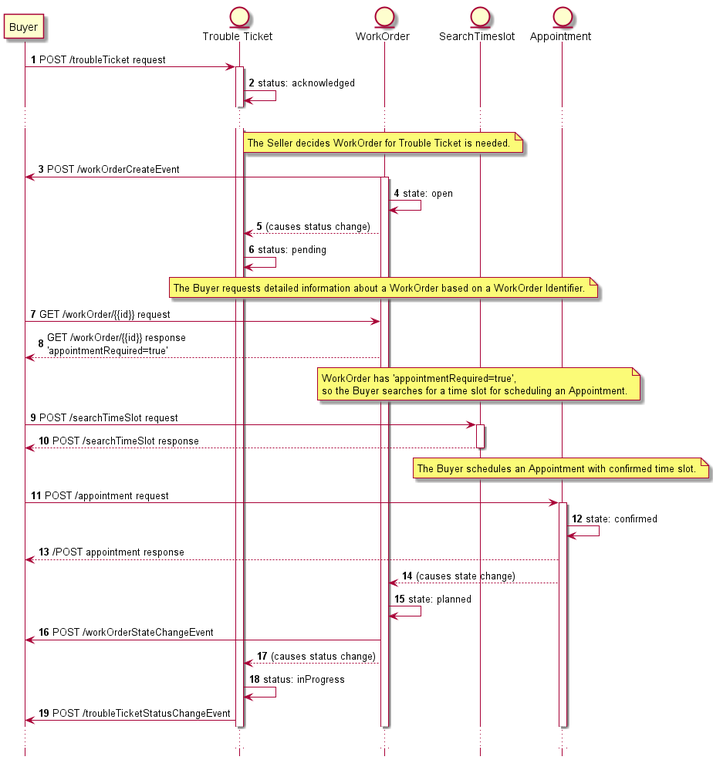
MEF-GIT/MEF-LSO-Sonata-SDK keeps this PlantUML diagram as documentation/productApi/workforce/media/useCaseWorkOrder.png. Above is the earlier version. Source of this version:
```plantuml
@startuml

hide footbox

participant Buyer
entity "Trouble Ticket" as TT
entity "WorkOrder" as WORK
entity "SearchTimeslot " as SAT
entity "Appointment" as APO

autonumber

Buyer -> TT : POST /troubleTicket request
activate TT
TT -> TT: status: acknowledged

...

note over WORK: The Seller decides WorkOrder for Trouble Ticket is needed.
WORK -> Buyer: POST /workOrderCreateEvent
activate WORK
WORK -> WORK: state: open
WORK --> TT: (causes status change)
TT -> TT: status: pending

note over WORK: The Buyer requests detailed information about a WorkOrder based on a WorkOrder Identifier.
Buyer -> WORK : GET /workOrder/{{id}} request
WORK --> Buyer: GET /workOrder/{{id}} response \n'appointmentRequired=true'

note over SAT: WorkOrder has 'appointmentRequired=true', \nso the Buyer searches for a time slot for scheduling an Appointment.
Buyer -> SAT : POST /searchTimeSlot request
activate SAT
SAT --> Buyer: POST /searchTimeSlot response
deactivate SAT

note over APO: The Buyer schedules an Appointment with confirmed time slot.
Buyer -> APO : POST /appointment request
activate APO
APO -> APO: state: confirmed
APO --> Buyer: /POST appointment response
APO --> WORK: (causes state change)
WORK -> WORK: state: planned
WORK -> Buyer: POST /workOrderStateChangeEvent

WORK --> TT: (causes status change)
TT -> TT: status: inProgress
TT -> Buyer: POST /troubleTicketStatusChangeEvent
...
@enduml
```
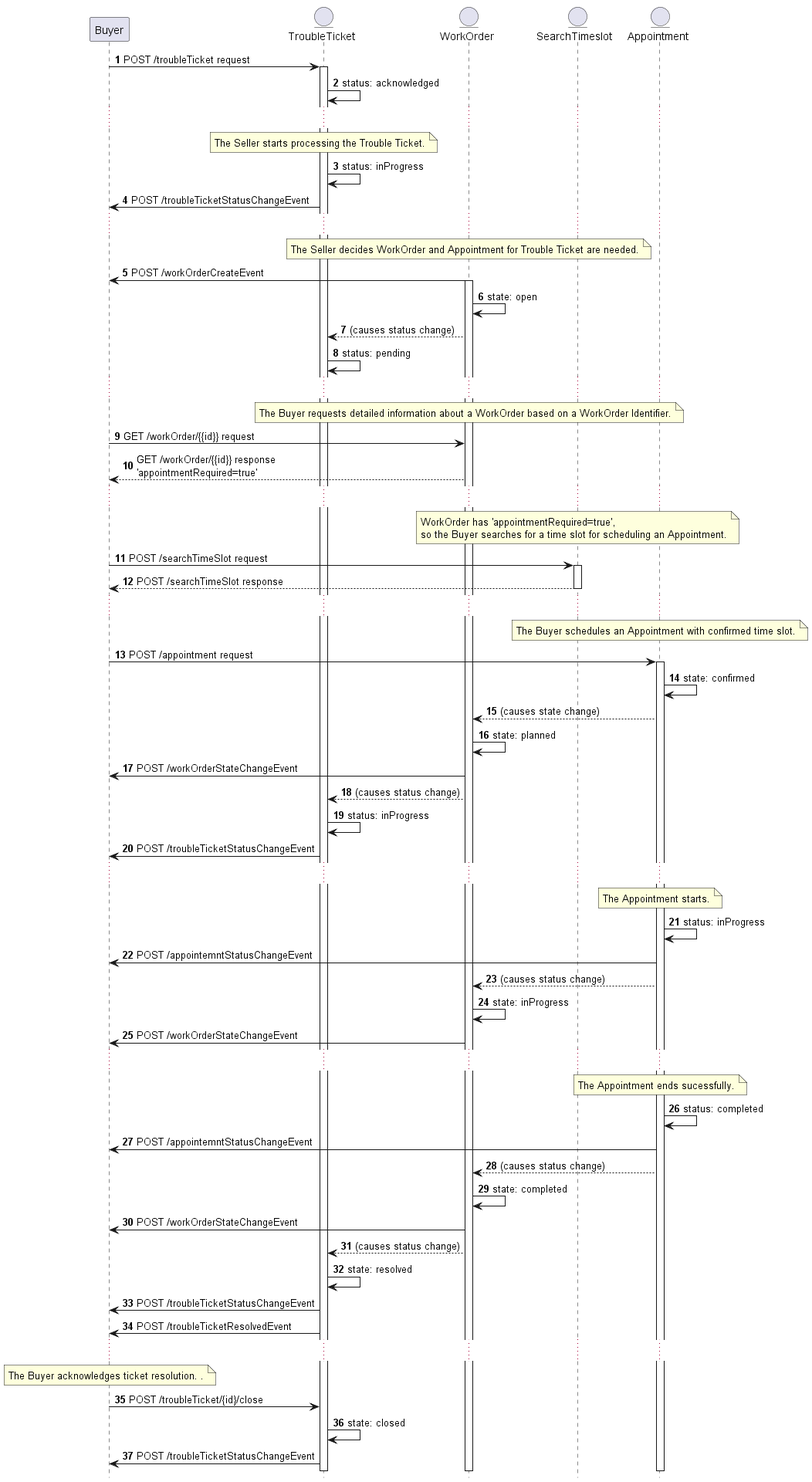
The same diagram one commit later.

Change to the diagram source:
```diff
@@ -3,7 +3,7 @@
 hide footbox
 
 participant Buyer
-entity "Trouble Ticket" as TT
+entity "TroubleTicket" as TT
 entity "WorkOrder" as WORK
 entity "SearchTimeslot " as SAT
 entity "Appointment" as APO
@@ -13,31 +13,33 @@
 Buyer -> TT : POST /troubleTicket request
 activate TT
 TT -> TT: status: acknowledged
-
+...
+note over TT: The Seller starts processing the Trouble Ticket.
+TT -> TT: status: inProgress
+TT -> Buyer: POST /troubleTicketStatusChangeEvent
 ...
 
-note over WORK: The Seller decides WorkOrder for Trouble Ticket is needed.
+note over WORK: The Seller decides WorkOrder and Appointment for Trouble Ticket are needed.
 WORK -> Buyer: POST /workOrderCreateEvent
 activate WORK
 WORK -> WORK: state: open
 WORK --> TT: (causes status change)
 TT -> TT: status: pending
-
+...
 note over WORK: The Buyer requests detailed information about a WorkOrder based on a WorkOrder Identifier.
 Buyer -> WORK : GET /workOrder/{{id}} request
 WORK --> Buyer: GET /workOrder/{{id}} response \n'appointmentRequired=true'
-
+...
 note over SAT: WorkOrder has 'appointmentRequired=true', \nso the Buyer searches for a time slot for scheduling an Appointment.
 Buyer -> SAT : POST /searchTimeSlot request
 activate SAT
 SAT --> Buyer: POST /searchTimeSlot response
 deactivate SAT
-
+...
 note over APO: The Buyer schedules an Appointment with confirmed time slot.
 Buyer -> APO : POST /appointment request
 activate APO
 APO -> APO: state: confirmed
-APO --> Buyer: /POST appointment response
 APO --> WORK: (causes state change)
 WORK -> WORK: state: planned
 WORK -> Buyer: POST /workOrderStateChangeEvent
@@ -46,4 +48,27 @@
 TT -> TT: status: inProgress
 TT -> Buyer: POST /troubleTicketStatusChangeEvent
 ...
+note over APO: The Appointment starts.
+APO -> APO: status: inProgress
+APO -> Buyer: POST /appointemntStatusChangeEvent
+APO --> WORK: (causes status change)
+WORK -> WORK: state: inProgress
+WORK -> Buyer: POST /workOrderStateChangeEvent
+...
+note over APO: The Appointment ends sucessfully.
+APO -> APO: status: completed
+APO -> Buyer: POST /appointemntStatusChangeEvent
+APO --> WORK: (causes status change)
+WORK -> WORK: state: completed
+WORK -> Buyer: POST /workOrderStateChangeEvent
+WORK --> TT: (causes status change)
+TT -> TT:state: resolved
+TT -> Buyer: POST /troubleTicketStatusChangeEvent
+TT -> Buyer: POST /troubleTicketResolvedEvent
+...
+note over Buyer: The Buyer acknowledges ticket resolution. .
+Buyer ->TT: POST /troubleTicket/{id}/close
+TT -> TT:state: closed
+TT -> Buyer: POST /troubleTicketStatusChangeEvent
+
 @enduml
```
